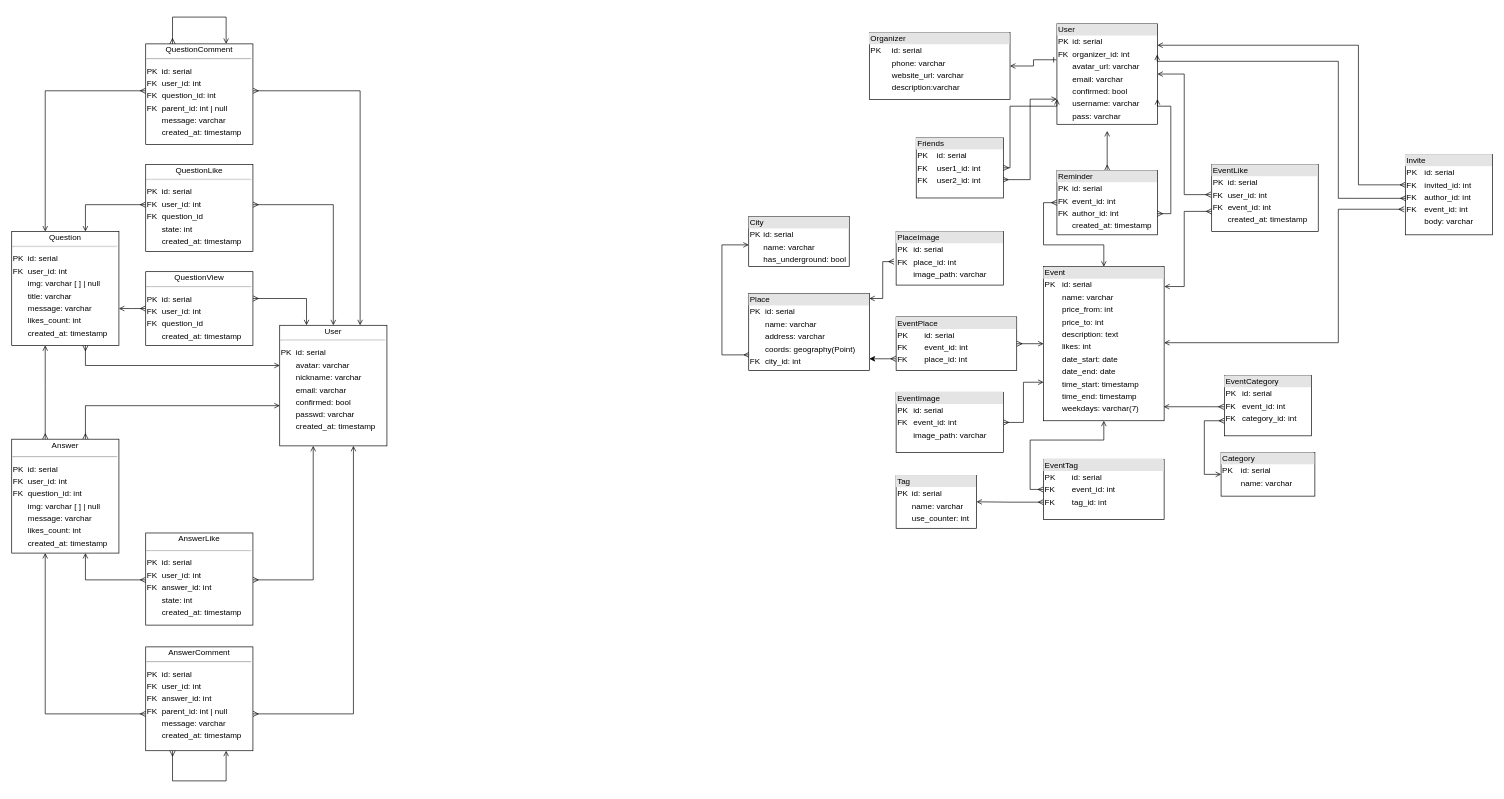
mihaillatyshov/TP-Highload-2023H2 keeps this draw.io diagram as db.drawio. Above is the earlier version. Source tidied: cells renumbered, new cells numbered last; positions are measured from the earlier drawing's top-left corner, leaving out a move shared by most shapes. Both pictures are drawn from the tidied source at 67%, with x=0, y=0 at pixel (-82, 17).
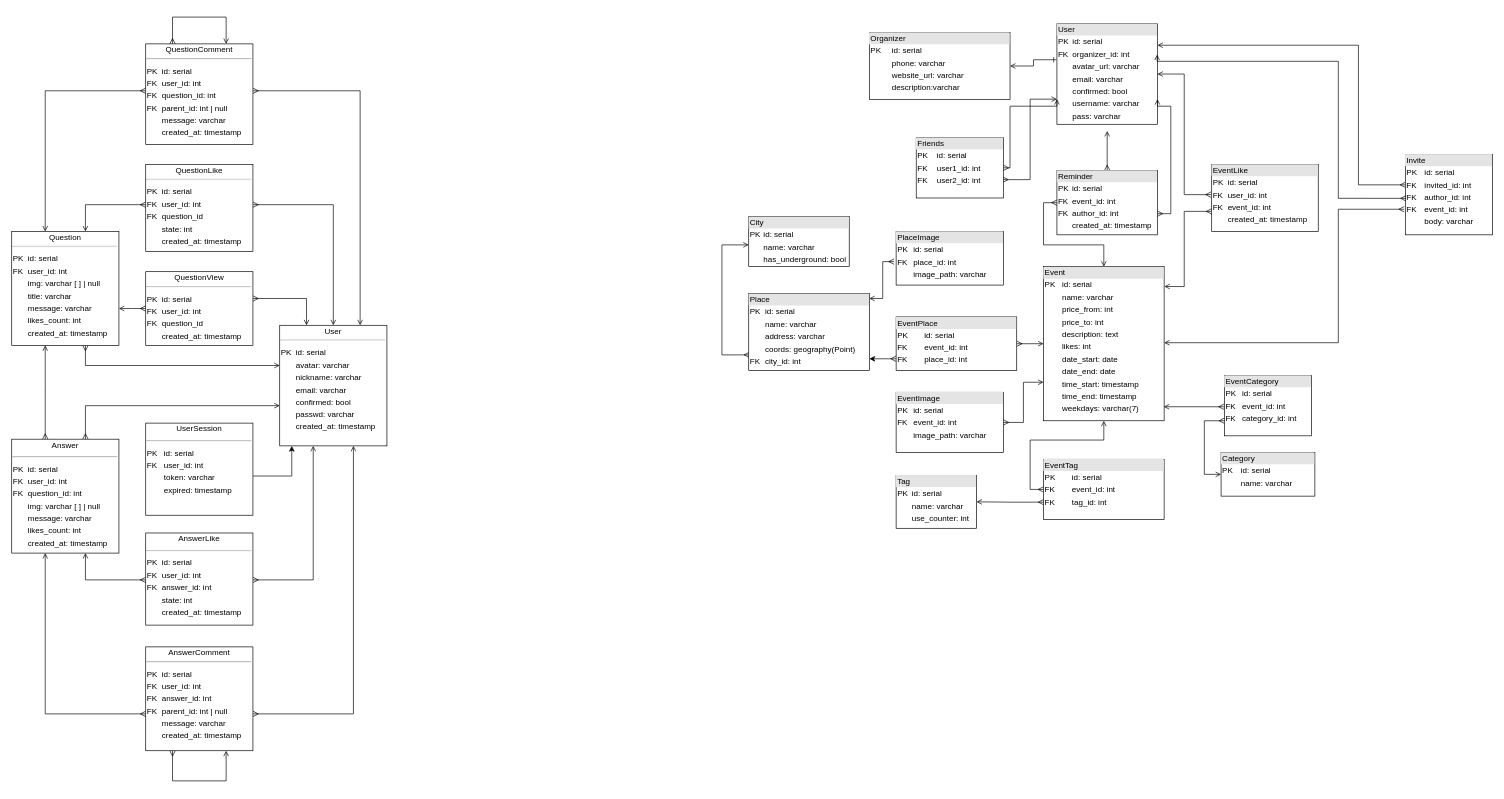
Above is the later version.

The change refers to these unchanged cells:
```xml
<mxCell id="39" value="&lt;div style=&quot;text-align: center; box-sizing: border-box; width: 100%; background-image: initial; background-position: initial; background-size: initial; background-repeat: initial; background-attachment: initial; background-origin: initial; background-clip: initial; padding: 2px;&quot;&gt;User&lt;br&gt;&lt;hr&gt;&lt;/div&gt;&lt;table style=&quot;width:100%;font-size:1em;&quot; cellspacing=&quot;0&quot; cellpadding=&quot;2&quot;&gt;&lt;tbody&gt;&lt;tr&gt;&lt;td&gt;PK&lt;/td&gt;&lt;td&gt;id: serial&lt;br&gt;&lt;/td&gt;&lt;/tr&gt;&lt;tr&gt;&lt;td&gt;&lt;br&gt;&lt;/td&gt;&lt;td&gt;avatar: varchar&lt;/td&gt;&lt;/tr&gt;&lt;tr&gt;&lt;td&gt;&lt;br&gt;&lt;/td&gt;&lt;td&gt;nickname: varchar&lt;br&gt;&lt;/td&gt;&lt;/tr&gt;&lt;tr&gt;&lt;td&gt;&lt;br&gt;&lt;/td&gt;&lt;td&gt;email: varchar&lt;br&gt;&lt;/td&gt;&lt;/tr&gt;&lt;tr&gt;&lt;td&gt;&lt;br&gt;&lt;/td&gt;&lt;td&gt;confirmed: bool&lt;br&gt;&lt;/td&gt;&lt;/tr&gt;&lt;tr&gt;&lt;td&gt;&lt;br&gt;&lt;/td&gt;&lt;td&gt;passwd: varchar&lt;br&gt;&lt;/td&gt;&lt;/tr&gt;&lt;tr&gt;&lt;td&gt;&lt;br&gt;&lt;/td&gt;&lt;td&gt;created_at: timestamp&lt;/td&gt;&lt;/tr&gt;&lt;/tbody&gt;&lt;/table&gt;" style="verticalAlign=top;align=left;overflow=fill;html=1;rounded=0;glass=0;labelBackgroundColor=none;" parent="1" vertex="1">
  <mxGeometry x="540" y="460" width="160" height="180" as="geometry" />
</mxCell>
```

What changed in the source:
```diff
@@
+    <mxCell id="62" style="edgeStyle=elbowEdgeStyle;html=1;rounded=0;" parent="1" edge="1" source="63" target="39">
+      <mxGeometry relative="1" as="geometry">
+        <Array as="points">
+          <mxPoint x="558" y="685" />
+        </Array>
+      </mxGeometry>
+    </mxCell>
+    <mxCell id="63" value="&lt;div style=&quot;text-align: center; box-sizing: border-box; width: 100%; background-image: initial; background-position: initial; background-size: initial; background-repeat: initial; background-attachment: initial; background-origin: initial; background-clip: initial; padding: 2px;&quot;&gt;UserSession&lt;/div&gt;&lt;div style=&quot;text-align: center; box-sizing: border-box; width: 100%; background-image: initial; background-position: initial; background-size: initial; background-repeat: initial; background-attachment: initial; background-origin: initial; background-clip: initial; padding: 2px;&quot;&gt;&lt;hr&gt;&lt;/div&gt;&lt;table style=&quot;width:100%;font-size:1em;&quot; cellspacing=&quot;0&quot; cellpadding=&quot;2&quot;&gt;&lt;tbody&gt;&lt;tr&gt;&lt;td&gt;PK&lt;/td&gt;&lt;td&gt;id: serial&lt;br&gt;&lt;/td&gt;&lt;/tr&gt;&lt;tr&gt;&lt;td&gt;FK&lt;/td&gt;&lt;td&gt;user_id: int&lt;/td&gt;&lt;/tr&gt;&lt;tr&gt;&lt;td&gt;&lt;br&gt;&lt;/td&gt;&lt;td&gt;token: varchar&lt;br&gt;&lt;/td&gt;&lt;/tr&gt;&lt;tr&gt;&lt;td&gt;&lt;br&gt;&lt;/td&gt;&lt;td&gt;expired: timestamp&lt;br&gt;&lt;/td&gt;&lt;/tr&gt;&lt;/tbody&gt;&lt;/table&gt;" style="verticalAlign=top;align=left;overflow=fill;html=1;rounded=0;glass=0;labelBackgroundColor=none;" parent="1" vertex="1">
+      <mxGeometry x="340" y="606" width="160" height="137.5" as="geometry" />
+    </mxCell>
```
